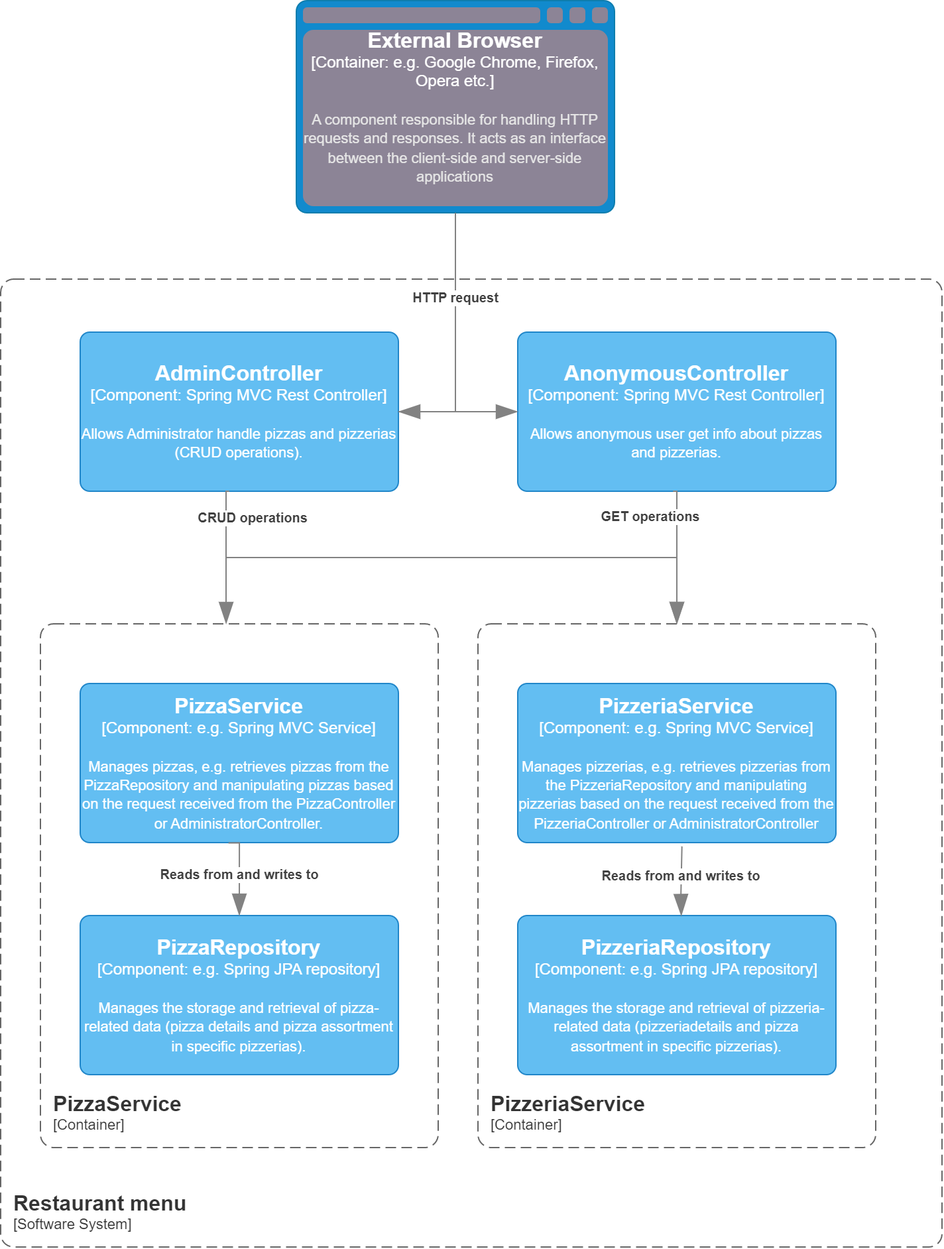
This is img/Components Diagram.png from krajniy/PizzaService, a draw.io export, as it was before one commit. Source tidied: cells renumbered, new cells last; positions are measured from the earlier drawing's top-left corner, leaving out a move shared by most shapes.
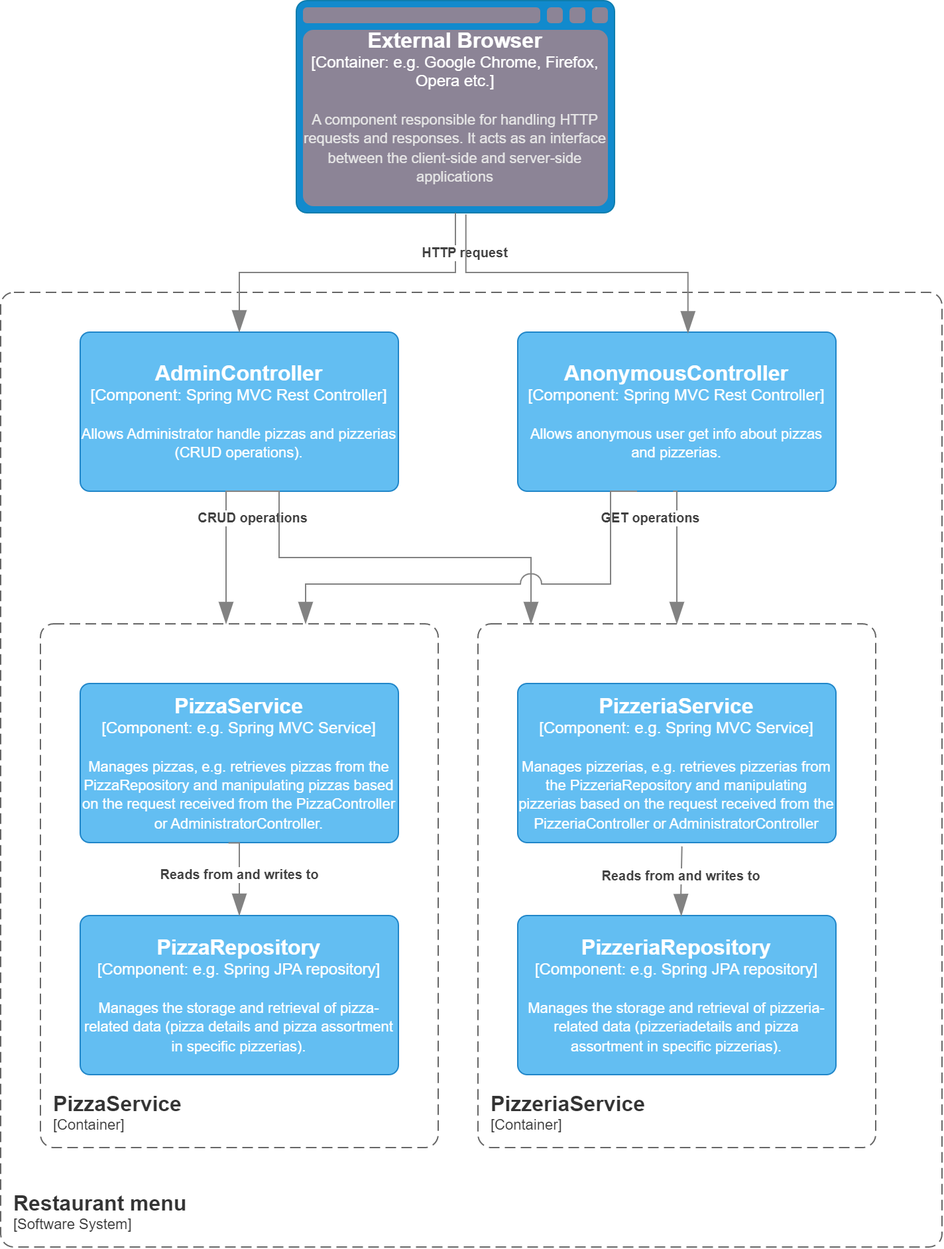
After the commit.

Commit message:
Components Diagram, ER Diagram small fixes. Rest API improvements (4xx added, address parameter, create/delete for pizzas in pizzerias)

What changed in the source:
```diff
@@ -19,7 +19,7 @@
     </object>
     <object id="5" label="&lt;font style=&quot;font-size: 16px&quot;&gt;&lt;b&gt;&lt;div style=&quot;text-align: left&quot;&gt;%c4Name%&lt;/div&gt;&lt;/b&gt;&lt;/font&gt;&lt;div style=&quot;text-align: left&quot;&gt;[%c4Application%]&lt;/div&gt;" c4Application="Software System" c4Name="Restaurant menu" c4Type="SystemScopeBoundary" placeholders="1">
       <mxCell style="rounded=1;fontSize=11;whiteSpace=wrap;html=1;dashed=1;arcSize=20;fillColor=none;strokeColor=#666666;fontColor=#333333;labelBackgroundColor=none;align=left;verticalAlign=bottom;labelBorderColor=none;spacingTop=0;spacing=10;dashPattern=8 4;perimeter=rectanglePerimeter;noLabel=0;labelPadding=0;absoluteArcSize=1;" parent="1" vertex="1">
-        <mxGeometry y="210" width="710" height="730" as="geometry" />
+        <mxGeometry y="220" width="710" height="720" as="geometry" />
       </mxCell>
     </object>
     <object id="6" label="&lt;font style=&quot;font-size: 16px&quot;&gt;&lt;b&gt;&lt;div style=&quot;text-align: left&quot;&gt;%c4Name%&lt;/div&gt;&lt;/b&gt;&lt;/font&gt;&lt;div style=&quot;text-align: left&quot;&gt;[%c4Application%]&lt;/div&gt;" c4Application="Container" c4Name="PizzaService" c4Type="ContainerScopeBoundary" placeholders="1">
@@ -53,15 +53,10 @@
       </mxCell>
     </object>
     <object id="12" label="&lt;div style=&quot;text-align: left&quot;&gt;&lt;div style=&quot;text-align: center&quot;&gt;&lt;b&gt;%c4Description%&lt;/b&gt;&lt;/div&gt;" c4Description="HTTP request" c4Type="Relationship" placeholders="1">
-      <mxCell style="endArrow=blockThin;html=1;fontSize=10;fontColor=#404040;strokeWidth=1;endFill=1;strokeColor=#828282;elbow=vertical;endSize=14;startSize=14;jumpStyle=arc;jumpSize=16;rounded=0;edgeStyle=orthogonalEdgeStyle;exitX=0.5;exitY=1;exitDx=0;exitDy=0;exitPerimeter=0;entryX=1;entryY=0.5;entryDx=0;entryDy=0;entryPerimeter=0;" parent="1" edge="1" source="2" target="3">
-        <mxGeometry x="-0.34" relative="1" as="geometry" />
+      <mxCell style="endArrow=blockThin;html=1;fontSize=10;fontColor=#404040;strokeWidth=1;endFill=1;strokeColor=#828282;elbow=vertical;endSize=14;startSize=14;jumpStyle=arc;jumpSize=16;rounded=0;edgeStyle=orthogonalEdgeStyle;exitX=0.5;exitY=1;exitDx=0;exitDy=0;exitPerimeter=0;entryX=0.5;entryY=0;entryDx=0;entryDy=0;entryPerimeter=0;" parent="1" edge="1" source="2" target="3">
+        <mxGeometry x="-0.76" y="7" relative="1" as="geometry" />
       </mxCell>
     </object>
-    <object id="13" label="" c4Type="Relationship" placeholders="1">
-      <mxCell style="endArrow=blockThin;html=1;fontSize=10;fontColor=#404040;strokeWidth=1;endFill=1;strokeColor=#828282;elbow=vertical;endSize=14;startSize=14;jumpStyle=arc;jumpSize=16;rounded=0;edgeStyle=orthogonalEdgeStyle;entryX=0;entryY=0.5;entryDx=0;entryDy=0;entryPerimeter=0;exitX=1;exitY=0.5;exitDx=0;exitDy=0;exitPerimeter=0;" parent="1" edge="1" source="3" target="4">
-        <mxGeometry relative="1" as="geometry" />
-      </mxCell>
-    </object>
     <object id="14" label="&lt;div style=&quot;text-align: left&quot;&gt;&lt;div style=&quot;text-align: center&quot;&gt;&lt;b&gt;%c4Description%&lt;/b&gt;&lt;/div&gt;" c4Description="CRUD operations" c4Type="Relationship" placeholders="1">
       <mxCell style="endArrow=blockThin;html=1;fontSize=10;fontColor=#404040;strokeWidth=1;endFill=1;strokeColor=#828282;elbow=vertical;endSize=14;startSize=14;jumpStyle=arc;jumpSize=16;rounded=0;edgeStyle=orthogonalEdgeStyle;exitX=0.468;exitY=1;exitDx=0;exitDy=0;exitPerimeter=0;" parent="1" edge="1" source="3">
         <mxGeometry x="-0.56" y="20" relative="1" as="geometry">
@@ -73,14 +68,6 @@
         </mxGeometry>
       </mxCell>
     </object>
-    <object id="15" label="" c4Type="Relationship" placeholders="1">
-      <mxCell style="endArrow=blockThin;html=1;fontSize=10;fontColor=#404040;strokeWidth=1;endFill=1;strokeColor=#828282;elbow=vertical;endSize=14;startSize=14;jumpStyle=arc;jumpSize=16;rounded=0;edgeStyle=orthogonalEdgeStyle;" parent="1" edge="1">
-        <mxGeometry relative="1" as="geometry">
-          <mxPoint x="170" y="420" as="sourcePoint" />
-          <mxPoint x="510" y="470" as="targetPoint" />
-        </mxGeometry>
-      </mxCell>
-    </object>
     <object id="16" label="&lt;div style=&quot;text-align: left&quot;&gt;&lt;div style=&quot;text-align: center&quot;&gt;&lt;b&gt;%c4Description%&lt;/b&gt;&lt;/div&gt;" c4Description="GET operations" c4Type="Relationship" placeholders="1">
       <mxCell style="endArrow=blockThin;html=1;fontSize=10;fontColor=#404040;strokeWidth=1;endFill=1;strokeColor=#828282;elbow=vertical;endSize=14;startSize=14;jumpStyle=arc;jumpSize=16;rounded=0;edgeStyle=orthogonalEdgeStyle;exitX=0.488;exitY=1;exitDx=0;exitDy=0;exitPerimeter=0;" parent="1" edge="1" source="4">
         <mxGeometry x="-0.56" y="-20" relative="1" as="geometry">
@@ -111,5 +98,35 @@
         </mxGeometry>
       </mxCell>
     </object>
+    <object id="19" label="" c4Type="Relationship" placeholders="1">
+      <mxCell style="endArrow=blockThin;html=1;fontSize=10;fontColor=#404040;strokeWidth=1;endFill=1;strokeColor=#828282;elbow=vertical;endSize=14;startSize=14;jumpStyle=arc;jumpSize=16;rounded=0;edgeStyle=orthogonalEdgeStyle;exitX=0.533;exitY=1.008;exitDx=0;exitDy=0;exitPerimeter=0;entryX=0.535;entryY=0.006;entryDx=0;entryDy=0;entryPerimeter=0;" parent="1" edge="1" source="2" target="4">
+        <mxGeometry relative="1" as="geometry" />
+      </mxCell>
+    </object>
+    <object id="20" label="" c4Type="Relationship" placeholders="1">
+      <mxCell style="endArrow=blockThin;html=1;fontSize=10;fontColor=#404040;strokeWidth=1;endFill=1;strokeColor=#828282;elbow=vertical;endSize=14;startSize=14;jumpStyle=arc;jumpSize=16;rounded=0;edgeStyle=orthogonalEdgeStyle;" parent="1" edge="1">
+        <mxGeometry relative="1" as="geometry">
+          <mxPoint x="170" y="370" as="sourcePoint" />
+          <mxPoint x="400" y="470" as="targetPoint" />
+          <Array as="points">
+            <mxPoint x="210" y="420" />
+            <mxPoint x="400" y="420" />
+          </Array>
+        </mxGeometry>
+      </mxCell>
+    </object>
+    <object id="21" label="" c4Type="Relationship" placeholders="1">
+      <mxCell style="endArrow=blockThin;html=1;fontSize=10;fontColor=#404040;strokeWidth=1;endFill=1;strokeColor=#828282;elbow=vertical;endSize=14;startSize=14;jumpStyle=arc;jumpSize=16;rounded=0;edgeStyle=orthogonalEdgeStyle;" parent="1" edge="1">
+        <mxGeometry relative="1" as="geometry">
+          <mxPoint x="480" y="370" as="sourcePoint" />
+          <mxPoint x="230" y="470" as="targetPoint" />
+          <Array as="points">
+            <mxPoint x="460" y="370" />
+            <mxPoint x="460" y="440" />
+            <mxPoint x="230" y="440" />
+          </Array>
+        </mxGeometry>
+      </mxCell>
+    </object>
   </root>
 </mxGraphModel>
```
